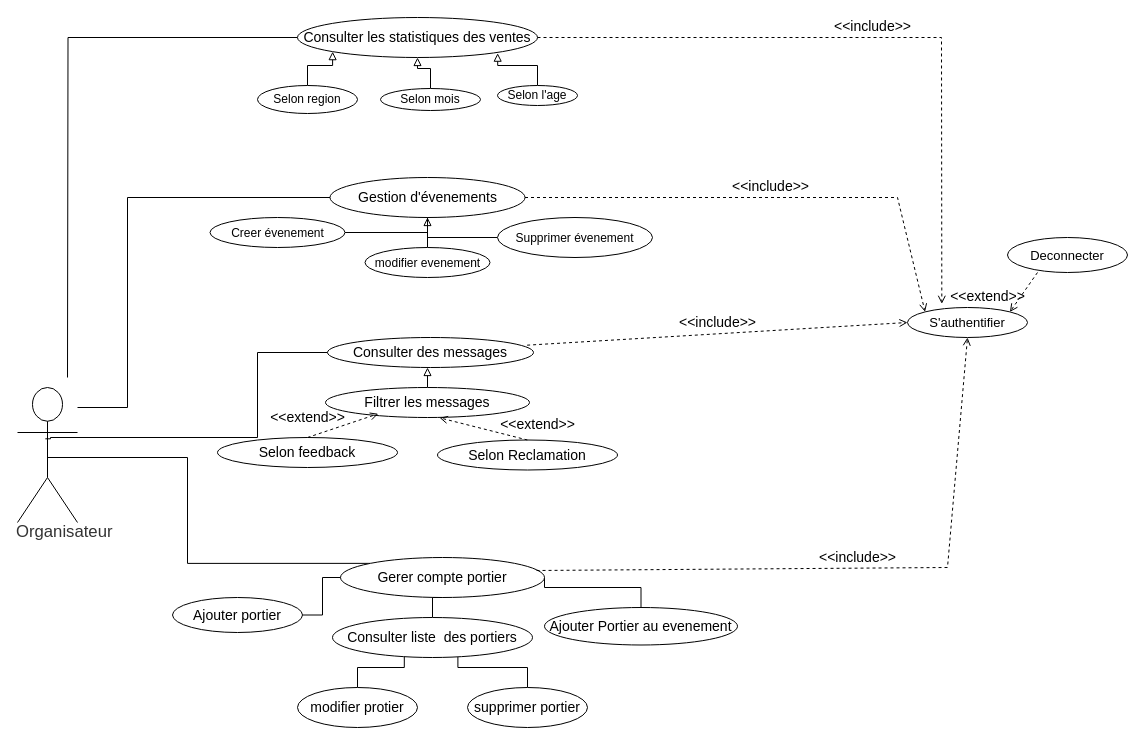
The draw.io diagram Diagram de cas utilisation/4-Organizateur_Vf.drawio in mohamedimem/event-, before the edit. Source tidied: cells renumbered, new cells numbered last; positions are measured from the earlier drawing's top-left corner, leaving out a move shared by most shapes. Both pictures are drawn from the tidied source at 100%, with x=0, y=0 at pixel (17, 17).
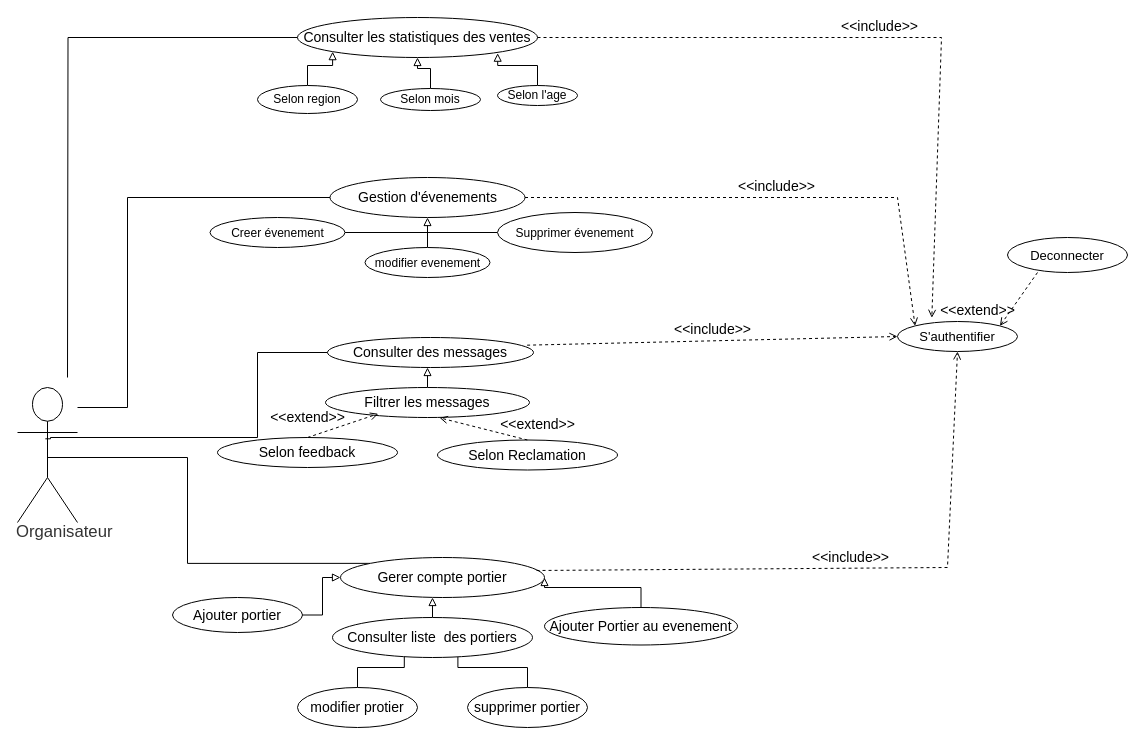
After the change.

Commit message (it also covers changes not shown here):
Mettre à jour 4-Organizateur_Vf.drawio

Unchanged cells that the change refers to:
```xml
<mxCell id="5" value="&lt;font style=&quot;font-size: 14px;&quot;&gt;Gestion d'évenements&lt;/font&gt;" style="html=1;overflow=block;blockSpacing=1;whiteSpace=wrap;ellipse;fontSize=13;spacing=3.8;strokeColor=#000000;strokeOpacity=100;rounded=1;absoluteArcSize=1;arcSize=9;strokeWidth=1;lucidId=.BitsejxpJ_f;" parent="1" vertex="1">
  <mxGeometry x="312.5" y="160" width="195" height="40" as="geometry" />
</mxCell>
<mxCell id="7" value="&lt;font style=&quot;font-size: 12px;&quot;&gt;Creer évenement&lt;/font&gt;" style="html=1;overflow=block;blockSpacing=1;whiteSpace=wrap;ellipse;fontSize=13;spacing=3.8;strokeColor=#000000;strokeOpacity=100;rounded=1;absoluteArcSize=1;arcSize=9;strokeWidth=1;lucidId=.BitsejxpJ_f;" parent="1" vertex="1">
  <mxGeometry x="192.5" y="200" width="135" height="30" as="geometry" />
</mxCell>
<mxCell id="9" value="&lt;font style=&quot;font-size: 12px;&quot;&gt;modifier evenement&lt;/font&gt;" style="html=1;overflow=block;blockSpacing=1;whiteSpace=wrap;ellipse;fontSize=13;spacing=3.8;strokeColor=#000000;strokeOpacity=100;rounded=1;absoluteArcSize=1;arcSize=9;strokeWidth=1;lucidId=.BitsejxpJ_f;" parent="1" vertex="1">
  <mxGeometry x="347.5" y="230" width="125" height="30" as="geometry" />
</mxCell>
<mxCell id="17" value="&lt;div&gt;&lt;font style=&quot;font-size: 14px;&quot;&gt;Ajouter Portier au evenement&lt;/font&gt;&lt;/div&gt;" style="ellipse;whiteSpace=wrap;html=1;strokeWidth=1;strokeColor=#000000;" parent="1" vertex="1">
  <mxGeometry x="527" y="590" width="193" height="37.5" as="geometry" />
</mxCell>
<mxCell id="32" value="&lt;font style=&quot;font-size: 14px;&quot;&gt;Gerer compte portier&lt;/font&gt;" style="ellipse;whiteSpace=wrap;html=1;strokeWidth=1;strokeColor=#000000;" parent="1" vertex="1">
  <mxGeometry x="323" y="540" width="204" height="40" as="geometry" />
</mxCell>
<mxCell id="34" value="Ajouter portier" style="ellipse;whiteSpace=wrap;html=1;fontSize=14;" parent="1" vertex="1">
  <mxGeometry x="155" y="580" width="130" height="35" as="geometry" />
</mxCell>
<mxCell id="40" value="Consulter liste&amp;nbsp; des portiers" style="ellipse;whiteSpace=wrap;html=1;fontSize=14;" parent="1" vertex="1">
  <mxGeometry x="315" y="600" width="200" height="40" as="geometry" />
</mxCell>
```

Diff of the diagram source:
```diff
@@
-    <mxCell id="6" style="edgeStyle=orthogonalEdgeStyle;rounded=0;jettySize=auto;html=1;exitX=1;exitY=0.5;exitDx=0;exitDy=0;entryX=0.5;entryY=1;entryDx=0;entryDy=0;fontSize=14;endArrow=none;endFill=0;" parent="1" edge="1" source="7" target="5">
+    <mxCell id="6" style="edgeStyle=orthogonalEdgeStyle;rounded=0;jettySize=auto;html=1;exitX=1;exitY=0.5;exitDx=0;exitDy=0;fontSize=14;endArrow=none;endFill=0;" parent="1" edge="1" source="7">
       <mxGeometry relative="1" as="geometry">
+        <mxPoint x="410" y="210" as="targetPoint" />
         <Array as="points">
           <mxPoint x="410" y="215" />
         </Array>
       </mxGeometry>
     </mxCell>
@@
-    <mxCell id="8" style="edgeStyle=orthogonalEdgeStyle;rounded=0;jettySize=auto;html=1;entryX=0.5;entryY=1;entryDx=0;entryDy=0;fontSize=14;endArrow=block;endFill=0;" parent="1" edge="1" source="9" target="5">
-      <mxGeometry relative="1" as="geometry">
-        <Array as="points">
-          <mxPoint x="410" y="230" />
-          <mxPoint x="410" y="230" />
-        </Array>
-      </mxGeometry>
+    <mxCell id="8" style="edgeStyle=orthogonalEdgeStyle;rounded=0;jettySize=auto;html=1;fontSize=14;endArrow=block;endFill=0;entryX=0.5;entryY=1;entryDx=0;entryDy=0;" parent="1" edge="1" source="9" target="5">
+      <mxGeometry relative="1" as="geometry" />
     </mxCell>
@@
-    <mxCell id="10" style="edgeStyle=orthogonalEdgeStyle;rounded=0;jettySize=auto;html=1;entryX=0.5;entryY=1;entryDx=0;entryDy=0;fontSize=14;endArrow=none;endFill=0;" parent="1" edge="1" source="11" target="5">
+    <mxCell id="10" style="rounded=0;jettySize=auto;html=1;fontSize=14;endArrow=none;endFill=0;" parent="1" edge="1" source="11">
       <mxGeometry relative="1" as="geometry">
-        <Array as="points">
-          <mxPoint x="578" y="220" />
-          <mxPoint x="410" y="220" />
-        </Array>
+        <mxPoint x="410" y="215" as="targetPoint" />
       </mxGeometry>
     </mxCell>
     <mxCell id="11" value="&lt;font style=&quot;font-size: 12px;&quot;&gt;Supprimer évenement &lt;/font&gt;" style="html=1;overflow=block;blockSpacing=1;whiteSpace=wrap;ellipse;fontSize=13;spacing=3.8;strokeColor=#000000;strokeOpacity=100;rounded=1;absoluteArcSize=1;arcSize=9;strokeWidth=1;lucidId=.BitsejxpJ_f;" parent="1" vertex="1">
-      <mxGeometry x="480" y="200" width="155" height="40" as="geometry" />
+      <mxGeometry x="480" y="195" width="155" height="40" as="geometry" />
     </mxCell>
@@
-    <mxCell id="16" style="edgeStyle=orthogonalEdgeStyle;rounded=0;jettySize=auto;html=1;entryX=1;entryY=0.5;entryDx=0;entryDy=0;fontSize=14;endArrow=none;endFill=0;" parent="1" edge="1" source="17" target="32">
+    <mxCell id="16" style="edgeStyle=orthogonalEdgeStyle;rounded=0;jettySize=auto;html=1;entryX=1;entryY=0.5;entryDx=0;entryDy=0;fontSize=14;endArrow=block;endFill=0;" parent="1" edge="1" source="17" target="32">
       <mxGeometry relative="1" as="geometry">
         <Array as="points">
           <mxPoint x="624" y="570" />
           <mxPoint x="527" y="570" />
         </Array>
       </mxGeometry>
     </mxCell>
@@
     <mxCell id="18" value="S'authentifier" style="html=1;overflow=block;blockSpacing=1;whiteSpace=wrap;ellipse;fontSize=13;spacing=3.8;strokeColor=#000000;strokeOpacity=100;rounded=1;absoluteArcSize=1;arcSize=9;strokeWidth=1;lucidId=XvitAHHM73nt;" parent="1" vertex="1">
-      <mxGeometry x="890" y="290" width="120" height="30" as="geometry" />
+      <mxGeometry x="880" y="304" width="120" height="30" as="geometry" />
     </mxCell>
@@
-    <mxCell id="33" style="edgeStyle=orthogonalEdgeStyle;rounded=0;jettySize=auto;html=1;fontSize=14;endArrow=none;endFill=0;" parent="1" edge="1" source="34" target="32">
+    <mxCell id="33" style="edgeStyle=orthogonalEdgeStyle;rounded=0;jettySize=auto;html=1;fontSize=14;endArrow=block;endFill=0;" parent="1" edge="1" source="34" target="32">
       <mxGeometry relative="1" as="geometry" />
     </mxCell>
@@
-    <mxCell id="39" style="edgeStyle=orthogonalEdgeStyle;rounded=0;jettySize=auto;html=1;exitX=0.5;exitY=0;exitDx=0;exitDy=0;fontSize=14;endArrow=none;endFill=0;" parent="1" edge="1" source="40" target="32">
-      <mxGeometry relative="1" as="geometry" />
+    <mxCell id="39" style="edgeStyle=orthogonalEdgeStyle;rounded=0;jettySize=auto;html=1;exitX=0.5;exitY=0;exitDx=0;exitDy=0;fontSize=14;endArrow=block;endFill=0;" parent="1" edge="1" source="40">
+      <mxGeometry relative="1" as="geometry">
+        <mxPoint x="415" y="580" as="targetPoint" />
+      </mxGeometry>
     </mxCell>
```
